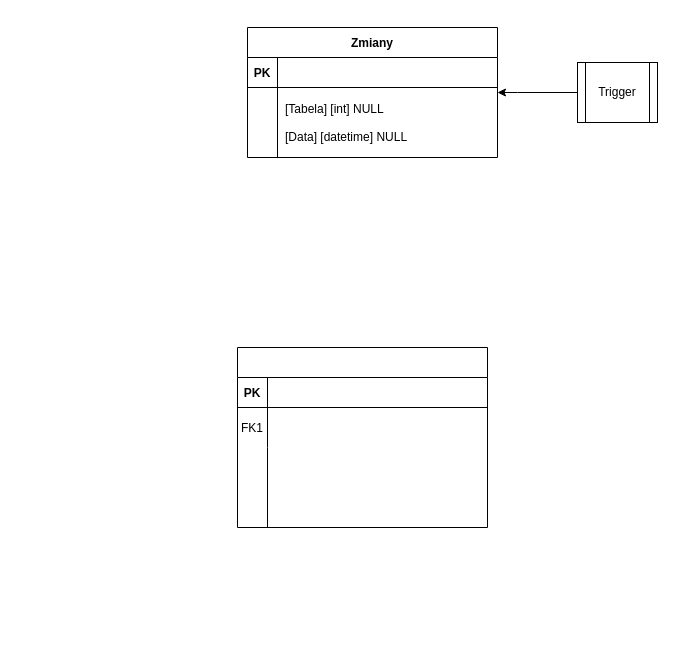
The draw.io diagram Diagram bez tytułu.drawio in TBochynski/Project, before the edit. Source tidied: cells renumbered, new cells numbered last; positions are measured from the earlier drawing's top-left corner, leaving out a move shared by most shapes. Both pictures are drawn from the tidied source at 100%, with x=0, y=0 at pixel (237, 27).
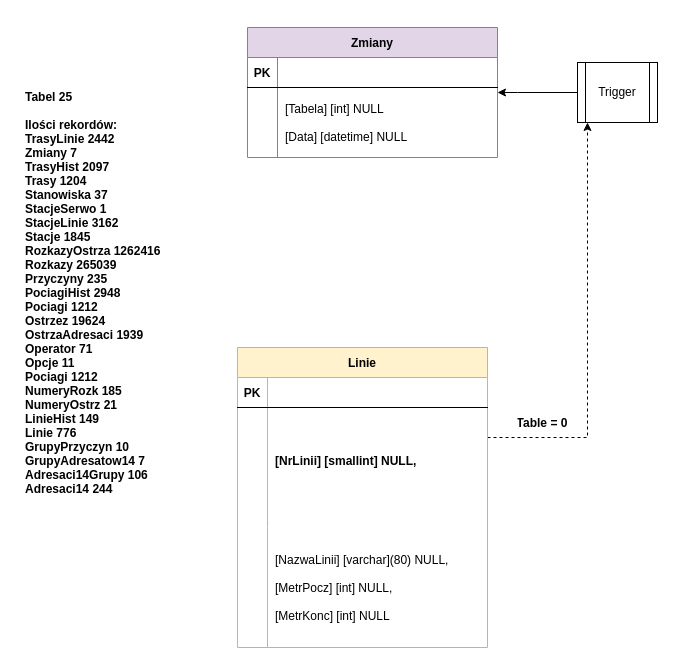
Above is the later version.

Unchanged cells that the change refers to:
```xml
<mxCell id="20" value="Trigger" style="shape=process;whiteSpace=wrap;html=1;backgroundOutline=1;" parent="1" vertex="1">
  <mxGeometry x="340" y="35" width="80" height="60" as="geometry" />
</mxCell>
```

The edit, as a diff of the source:
```diff
@@
+    <mxCell id="21" style="edgeStyle=orthogonalEdgeStyle;rounded=0;jettySize=auto;html=1;shadow=0;dashed=1;" parent="1" edge="1" source="2" target="20">
+      <mxGeometry relative="1" as="geometry">
+        <Array as="points">
+          <mxPoint x="350" y="410" />
+        </Array>
+      </mxGeometry>
+    </mxCell>
-    <mxCell id="2" style="shape=table;startSize=30;childLayout=tableLayout;rowLines=0;fontStyle=1;align=center;" parent="1" vertex="1">
-      <mxGeometry y="320" width="250" height="180" as="geometry" />
+    <mxCell id="2" value="Linie" style="shape=table;startSize=30;childLayout=tableLayout;rowLines=0;fontStyle=1;align=center;fillColor=#fff2cc;strokeColor=#d6b656;" parent="1" vertex="1">
+      <mxGeometry y="320" width="250" height="300" as="geometry" />
     </mxCell>
@@
-    <mxCell id="6" style="shape=partialRectangle;fillColor=none;top=0;left=0;right=0;bottom=0;" parent="2" vertex="1">
-      <mxGeometry y="60" width="250" height="40" as="geometry" />
+    <mxCell id="6" style="shape=partialRectangle;fillColor=none;top=0;left=0;right=0;bottom=0;strokeColor=default;" parent="2" vertex="1">
+      <mxGeometry y="60" width="250" height="120" as="geometry" />
     </mxCell>
-    <mxCell id="7" value="FK1" style="shape=partialRectangle;overflow=hidden;fillColor=none;top=0;left=0;bottom=0;right=0;" parent="6" vertex="1">
-      <mxGeometry width="30" height="40" as="geometry" />
+    <mxCell id="7" style="shape=partialRectangle;overflow=hidden;fillColor=none;top=0;left=0;bottom=0;right=0;" parent="6" vertex="1">
+      <mxGeometry width="30" height="120" as="geometry" />
     </mxCell>
-    <mxCell id="8" style="shape=partialRectangle;overflow=hidden;fillColor=none;top=0;left=0;bottom=0;right=0;align=left;spacingLeft=6;" parent="6" vertex="1">
-      <mxGeometry x="30" width="220" height="40" as="geometry" />
+    <mxCell id="8" value="[NrLinii] [smallint] NULL,&#10;" style="shape=partialRectangle;overflow=hidden;fillColor=none;top=0;left=0;bottom=0;right=0;align=left;spacingLeft=6;fontStyle=1;" parent="6" vertex="1">
+      <mxGeometry x="30" width="220" height="120" as="geometry" />
     </mxCell>
-    <mxCell id="9" style="shape=partialRectangle;fillColor=none;top=0;left=0;right=0;bottom=0;" parent="2" vertex="1">
-      <mxGeometry y="100" width="250" height="80" as="geometry" />
-    </mxCell>
-    <mxCell id="10" style="shape=partialRectangle;overflow=hidden;fillColor=none;top=0;left=0;bottom=0;right=0;" parent="9" vertex="1">
-      <mxGeometry width="30" height="80" as="geometry" />
-    </mxCell>
-    <mxCell id="11" style="shape=partialRectangle;overflow=hidden;fillColor=none;top=0;left=0;bottom=0;right=0;align=left;spacingLeft=6;" parent="9" vertex="1">
-      <mxGeometry x="30" width="220" height="80" as="geometry" />
-    </mxCell>
+    <mxCell id="22" style="shape=partialRectangle;fillColor=none;top=0;left=0;right=0;bottom=0;strokeColor=default;" parent="2" vertex="1">
+      <mxGeometry y="180" width="250" height="120" as="geometry" />
+    </mxCell>
+    <mxCell id="23" style="shape=partialRectangle;overflow=hidden;fillColor=none;top=0;left=0;bottom=0;right=0;" parent="22" vertex="1">
+      <mxGeometry width="30" height="120" as="geometry" />
+    </mxCell>
+    <mxCell id="24" value="[NazwaLinii] [varchar](80) NULL,&#10;&#10;&#9;[MetrPocz] [int] NULL,&#10;&#10;&#9;[MetrKonc] [int] NULL" style="shape=partialRectangle;overflow=hidden;fillColor=none;top=0;left=0;bottom=0;right=0;align=left;spacingLeft=6;fontStyle=0;" parent="22" vertex="1">
+      <mxGeometry x="30" width="220" height="120" as="geometry" />
+    </mxCell>
-    <mxCell id="12" value="Zmiany" style="shape=table;startSize=30;childLayout=tableLayout;rowLines=0;fontStyle=1;align=center;" parent="1" vertex="1">
+    <mxCell id="12" value="Zmiany" style="shape=table;startSize=30;childLayout=tableLayout;rowLines=0;fontStyle=1;align=center;fillColor=#e1d5e7;strokeColor=#9673a6;" parent="1" vertex="1">
       <mxGeometry x="10" width="250" height="130" as="geometry" />
     </mxCell>
@@
+    <mxCell id="25" value="Table = 0" style="shape=partialRectangle;overflow=hidden;fillColor=none;top=0;left=0;bottom=0;right=0;fontStyle=1;" parent="1" vertex="1">
+      <mxGeometry x="280" y="380" width="50" height="30" as="geometry" />
+    </mxCell>
+    <mxCell id="26" value="Tabel 25&#10;&#10;Ilości rekordów:&#10;TrasyLinie 2442&#10;Zmiany 7&#10;TrasyHist 2097&#10;Trasy 1204&#10;Stanowiska 37&#10;StacjeSerwo 1&#10;StacjeLinie 3162&#10;Stacje 1845&#10;RozkazyOstrza 1262416&#10;Rozkazy 265039&#10;Przyczyny 235&#10;PociagiHist 2948&#10;Pociagi 1212&#10;Ostrzez 19624&#10;OstrzaAdresaci 1939&#10;Operator 71&#10;Opcje 11&#10;Pociagi 1212&#10;NumeryRozk 185&#10;NumeryOstrz 21&#10;LinieHist 149&#10;Linie 776&#10;GrupyPrzyczyn 10&#10;GrupyAdresatow14 7&#10;Adresaci14Grupy 106&#10;Adresaci14 244" style="shape=partialRectangle;overflow=hidden;fillColor=none;top=0;left=0;bottom=0;right=0;align=left;spacingLeft=6;fontStyle=1;" parent="1" vertex="1">
+      <mxGeometry x="-220" y="-10" width="220" height="550" as="geometry" />
+    </mxCell>
```
